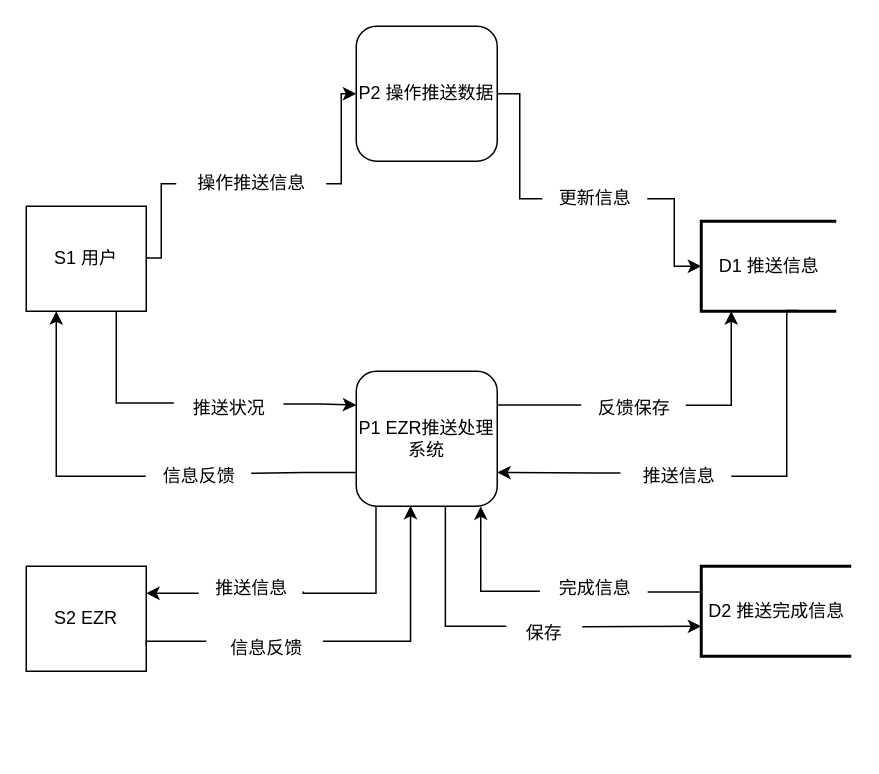
Earlier version of the draw.io diagram Dashboard数据流图.drawio (natyuen/huatu). Source tidied: cells renumbered, new cells numbered last; positions are measured from the earlier drawing's top-left corner, leaving out a move shared by most shapes. Both pictures are drawn from the tidied source at 150%, with x=0, y=0 at pixel (26, 26).
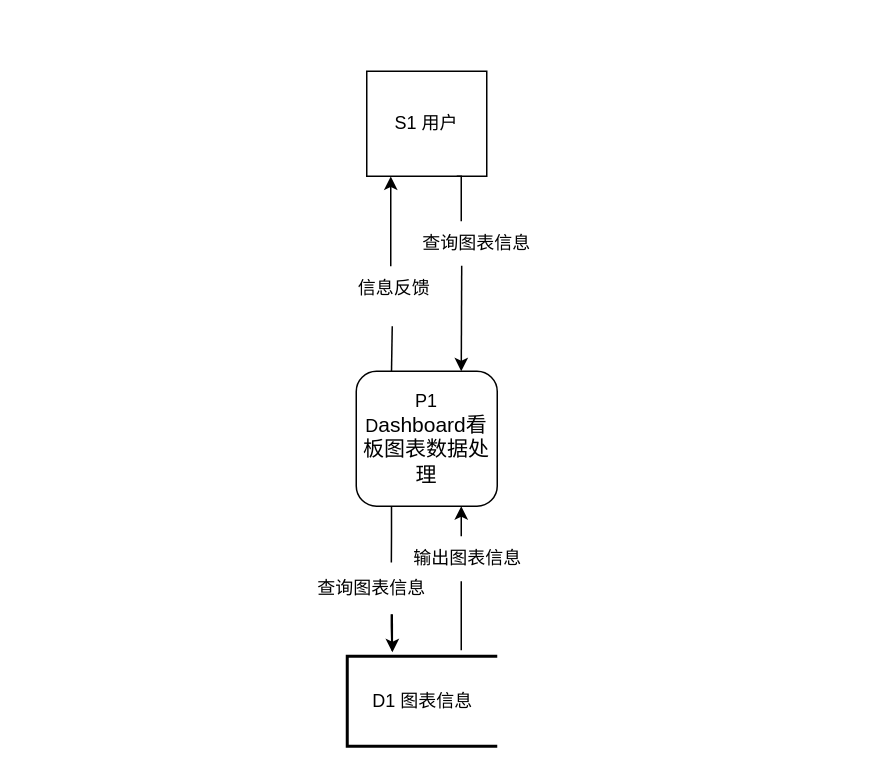
Above is the later version.

Commit message:
更新Dashboard数据流图.drawio

Diff of the diagram source:
```diff
@@
-    <mxCell id="2" value="P1 EZR推送处理系统" style="rounded=1;whiteSpace=wrap;html=1;" parent="1" vertex="1">
+    <mxCell id="2" value="P1 &lt;br&gt;D&lt;span style=&quot;font-family: Calibri; font-size: 10.5pt; text-align: justify; background-color: initial;&quot;&gt;ashboard看板图表数据处理&lt;/span&gt;" style="rounded=1;whiteSpace=wrap;html=1;" parent="1" vertex="1">
       <mxGeometry x="220" y="230" width="94" height="90" as="geometry" />
     </mxCell>
     <mxCell id="3" value="S1 用户" style="rounded=0;whiteSpace=wrap;html=1;" parent="1" vertex="1">
-      <mxGeometry y="120" width="80" height="70" as="geometry" />
+      <mxGeometry x="227" y="30" width="80" height="70" as="geometry" />
     </mxCell>
-    <mxCell id="4" value="P2 操作推送数据" style="rounded=1;whiteSpace=wrap;html=1;" parent="1" vertex="1">
-      <mxGeometry x="220" width="94" height="90" as="geometry" />
-    </mxCell>
-    <mxCell id="5" value="D1 推送信息" style="strokeWidth=2;html=1;shape=mxgraph.flowchart.annotation_1;align=center;" parent="1" vertex="1">
-      <mxGeometry x="450" y="130" width="90" height="60" as="geometry" />
-    </mxCell>
-    <mxCell id="6" style="endArrow=classic;html=1;rounded=0;edgeStyle=elbowEdgeStyle;entryX=0;entryY=0.5;entryDx=0;entryDy=0;startArrow=none;" parent="1" edge="1" source="20" target="4">
-      <mxGeometry relative="1" as="geometry" />
-    </mxCell>
-    <mxCell id="7" value="S2 EZR" style="rounded=0;whiteSpace=wrap;html=1;" parent="1" vertex="1">
-      <mxGeometry y="360" width="80" height="70" as="geometry" />
-    </mxCell>
-    <mxCell id="8" value="D2 推送完成信息" style="strokeWidth=2;html=1;shape=mxgraph.flowchart.annotation_1;align=center;" parent="1" vertex="1">
-      <mxGeometry x="450" y="360" width="100" height="60" as="geometry" />
+    <mxCell id="8" value="D1 图表信息" style="strokeWidth=2;html=1;shape=mxgraph.flowchart.annotation_1;align=center;" parent="1" vertex="1">
+      <mxGeometry x="214" y="420" width="100" height="60" as="geometry" />
     </mxCell>
-    <mxCell id="9" style="endArrow=classic;html=1;rounded=0;exitX=1;exitY=0.5;exitDx=0;exitDy=0;edgeStyle=elbowEdgeStyle;elbow=horizontal;startArrow=none;" parent="1" edge="1" source="18">
-      <mxGeometry relative="1" as="geometry">
-        <mxPoint x="450" y="160" as="targetPoint" />
-      </mxGeometry>
-    </mxCell>
-    <mxCell id="10" style="endArrow=classic;html=1;rounded=0;exitX=-0.005;exitY=0.498;exitDx=0;exitDy=0;edgeStyle=elbowEdgeStyle;entryX=0.25;entryY=1;entryDx=0;entryDy=0;startArrow=none;elbow=vertical;exitPerimeter=0;" parent="1" edge="1" source="32" target="3">
+    <mxCell id="10" style="endArrow=classic;html=1;rounded=0;edgeStyle=elbowEdgeStyle;entryX=0.2;entryY=1.002;entryDx=0;entryDy=0;startArrow=none;elbow=vertical;entryPerimeter=0;" parent="1" edge="1" target="3">
       <mxGeometry relative="1" as="geometry">
+        <mxPoint x="243" y="160" as="sourcePoint" />
         <Array as="points">
+          <mxPoint x="243" y="150" />
+          <mxPoint x="250" y="130" />
+          <mxPoint x="250" y="150" />
+          <mxPoint x="250" y="140" />
+          <mxPoint x="250" y="120" />
+          <mxPoint x="245" y="120" />
+          <mxPoint x="260" y="140" />
           <mxPoint x="50" y="300" />
         </Array>
       </mxGeometry>
     </mxCell>
-    <mxCell id="11" style="endArrow=classic;html=1;rounded=0;entryX=1;entryY=0.75;entryDx=0;entryDy=0;edgeStyle=elbowEdgeStyle;exitX=-0.055;exitY=0.428;exitDx=0;exitDy=0;exitPerimeter=0;startArrow=none;" parent="1" edge="1" source="22" target="2">
-      <mxGeometry relative="1" as="geometry">
-        <Array as="points">
-          <mxPoint x="380" y="298" />
-        </Array>
-      </mxGeometry>
-    </mxCell>
-    <mxCell id="12" style="endArrow=classic;html=1;rounded=0;entryX=0;entryY=0.25;entryDx=0;entryDy=0;exitX=1.021;exitY=0.394;exitDx=0;exitDy=0;edgeStyle=elbowEdgeStyle;startArrow=none;exitPerimeter=0;" parent="1" edge="1" source="30" target="2">
-      <mxGeometry relative="1" as="geometry" />
+    <mxCell id="12" style="endArrow=classic;html=1;rounded=0;entryX=0.75;entryY=0;entryDx=0;entryDy=0;edgeStyle=elbowEdgeStyle;startArrow=none;exitX=0.403;exitY=0.989;exitDx=0;exitDy=0;exitPerimeter=0;" parent="1" edge="1" source="30" target="2">
+      <mxGeometry relative="1" as="geometry">
+        <Array as="points">
+          <mxPoint x="290" y="190" />
+          <mxPoint x="290" y="190" />
+        </Array>
+      </mxGeometry>
     </mxCell>
-    <mxCell id="13" style="endArrow=classic;html=1;rounded=0;exitX=0.994;exitY=0.42;exitDx=0;exitDy=0;edgeStyle=elbowEdgeStyle;startArrow=none;exitPerimeter=0;" parent="1" edge="1" source="24">
-      <mxGeometry relative="1" as="geometry">
-        <mxPoint x="470" y="190" as="targetPoint" />
-        <Array as="points">
-          <mxPoint x="470" y="220" />
-        </Array>
-      </mxGeometry>
-    </mxCell>
-    <mxCell id="14" style="endArrow=classic;html=1;rounded=0;entryX=1;entryY=0.25;entryDx=0;entryDy=0;edgeStyle=elbowEdgeStyle;elbow=vertical;startArrow=none;" parent="1" edge="1" source="36" target="7">
-      <mxGeometry relative="1" as="geometry">
-        <Array as="points">
-          <mxPoint x="100" y="378" />
-        </Array>
-      </mxGeometry>
-    </mxCell>
-    <mxCell id="15" style="endArrow=classic;html=1;rounded=0;exitX=1.039;exitY=0.331;exitDx=0;exitDy=0;entryX=0.385;entryY=0.997;entryDx=0;entryDy=0;entryPerimeter=0;edgeStyle=elbowEdgeStyle;elbow=vertical;startArrow=none;exitPerimeter=0;" parent="1" edge="1" source="34" target="2">
-      <mxGeometry relative="1" as="geometry">
-        <Array as="points">
-          <mxPoint x="170" y="410" />
-        </Array>
-      </mxGeometry>
-    </mxCell>
-    <mxCell id="16" style="endArrow=classic;html=1;rounded=0;exitX=1.014;exitY=0.344;exitDx=0;exitDy=0;exitPerimeter=0;edgeStyle=elbowEdgeStyle;elbow=vertical;startArrow=none;" parent="1" edge="1" source="26">
-      <mxGeometry relative="1" as="geometry">
-        <mxPoint x="450" y="400" as="targetPoint" />
-        <Array as="points">
-          <mxPoint x="370" y="400" />
-        </Array>
-      </mxGeometry>
-    </mxCell>
-    <mxCell id="17" style="endArrow=classic;html=1;rounded=0;entryX=0.883;entryY=1.001;entryDx=0;entryDy=0;entryPerimeter=0;exitX=-0.023;exitY=0.557;exitDx=0;exitDy=0;exitPerimeter=0;edgeStyle=elbowEdgeStyle;startArrow=none;" parent="1" edge="1" source="28" target="2">
+    <mxCell id="17" style="endArrow=classic;html=1;rounded=0;edgeStyle=elbowEdgeStyle;startArrow=none;" parent="1" edge="1" source="38">
       <mxGeometry relative="1" as="geometry">
+        <mxPoint x="290" y="320" as="targetPoint" />
         <Array as="points">
+          <mxPoint x="290" y="320" />
+          <mxPoint x="290" y="350" />
           <mxPoint x="303" y="350" />
         </Array>
       </mxGeometry>
     </mxCell>
-    <mxCell id="18" value="更新信息" style="text;html=1;align=center;verticalAlign=middle;points=[];strokeColor=none;fillColor=none;" parent="1" vertex="1">
-      <mxGeometry x="344" y="100" width="70" height="30" as="geometry" />
-    </mxCell>
-    <mxCell id="19" style="endArrow=none;html=1;rounded=0;exitX=1;exitY=0.5;exitDx=0;exitDy=0;edgeStyle=elbowEdgeStyle;elbow=horizontal;" parent="1" edge="1" source="4" target="18">
-      <mxGeometry relative="1" as="geometry" />
-    </mxCell>
-    <mxCell id="20" value="操作推送信息" style="text;html=1;align=center;verticalAlign=middle;points=[];strokeColor=none;fillColor=none;" parent="1" vertex="1">
-      <mxGeometry x="100" y="90" width="100" height="30" as="geometry" />
-    </mxCell>
-    <mxCell id="21" style="endArrow=none;html=1;rounded=0;edgeStyle=elbowEdgeStyle;entryX=0;entryY=0.5;entryDx=0;entryDy=0;" parent="1" edge="1" target="20">
-      <mxGeometry relative="1" as="geometry">
-        <mxPoint x="80" y="154.5" as="sourcePoint" />
-      </mxGeometry>
-    </mxCell>
-    <mxCell id="22" value="推送信息" style="text;html=1;align=center;verticalAlign=middle;points=[];strokeColor=none;fillColor=none;" parent="1" vertex="1">
-      <mxGeometry x="400" y="285" width="70" height="30" as="geometry" />
-    </mxCell>
-    <mxCell id="23" style="endArrow=none;html=1;rounded=0;edgeStyle=elbowEdgeStyle;exitX=0.713;exitY=0.992;exitDx=0;exitDy=0;exitPerimeter=0;" parent="1" edge="1" source="5">
-      <mxGeometry relative="1" as="geometry">
-        <mxPoint x="470" y="300" as="targetPoint" />
-        <Array as="points">
-          <mxPoint x="507" y="240" />
-        </Array>
-      </mxGeometry>
-    </mxCell>
-    <mxCell id="24" value="反馈保存" style="text;html=1;align=center;verticalAlign=middle;points=[];strokeColor=none;fillColor=none;" parent="1" vertex="1">
-      <mxGeometry x="370" y="240" width="70" height="30" as="geometry" />
-    </mxCell>
-    <mxCell id="25" style="endArrow=none;html=1;rounded=0;exitX=1;exitY=0.25;exitDx=0;exitDy=0;edgeStyle=elbowEdgeStyle;entryX=0.001;entryY=0.398;entryDx=0;entryDy=0;entryPerimeter=0;" parent="1" edge="1" source="2" target="24">
-      <mxGeometry relative="1" as="geometry">
-        <Array as="points">
-          <mxPoint x="370" y="260" />
-          <mxPoint x="360" y="250" />
-        </Array>
-      </mxGeometry>
-    </mxCell>
-    <mxCell id="26" value="保存" style="text;html=1;align=center;verticalAlign=middle;points=[];strokeColor=none;fillColor=none;" parent="1" vertex="1">
-      <mxGeometry x="320" y="390" width="50" height="30" as="geometry" />
-    </mxCell>
-    <mxCell id="27" style="endArrow=none;html=1;rounded=0;exitX=0.632;exitY=0.999;exitDx=0;exitDy=0;exitPerimeter=0;edgeStyle=elbowEdgeStyle;elbow=vertical;entryX=0;entryY=0.333;entryDx=0;entryDy=0;entryPerimeter=0;" parent="1" edge="1" source="2" target="26">
+    <mxCell id="27" style="endArrow=none;html=1;rounded=0;exitX=0.634;exitY=1.067;exitDx=0;exitDy=0;edgeStyle=elbowEdgeStyle;elbow=vertical;entryX=0.298;entryY=-0.065;entryDx=0;entryDy=0;entryPerimeter=0;startArrow=none;exitPerimeter=0;" parent="1" edge="1" source="40" target="8">
       <mxGeometry relative="1" as="geometry">
         <Array as="points">
           <mxPoint x="300" y="400" />
         </Array>
       </mxGeometry>
     </mxCell>
-    <mxCell id="28" value="完成信息" style="text;html=1;align=center;verticalAlign=middle;points=[];strokeColor=none;fillColor=none;" parent="1" vertex="1">
-      <mxGeometry x="344" y="360" width="70" height="30" as="geometry" />
-    </mxCell>
-    <mxCell id="29" style="endArrow=none;html=1;rounded=0;entryX=1.004;entryY=0.573;entryDx=0;entryDy=0;entryPerimeter=0;exitX=-0.005;exitY=0.287;exitDx=0;exitDy=0;exitPerimeter=0;edgeStyle=elbowEdgeStyle;" parent="1" edge="1" source="8" target="28">
-      <mxGeometry relative="1" as="geometry" />
-    </mxCell>
-    <mxCell id="30" value="推送状况" style="text;html=1;align=center;verticalAlign=middle;points=[];strokeColor=none;fillColor=none;" parent="1" vertex="1">
-      <mxGeometry x="100" y="240" width="70" height="30" as="geometry" />
+    <mxCell id="30" value="查询图表信息" style="text;html=1;align=center;verticalAlign=middle;points=[];strokeColor=none;fillColor=none;" parent="1" vertex="1">
+      <mxGeometry x="250" y="130" width="100" height="30" as="geometry" />
     </mxCell>
-    <mxCell id="31" style="endArrow=none;html=1;rounded=0;entryX=-0.023;entryY=0.373;entryDx=0;entryDy=0;exitX=0.75;exitY=1;exitDx=0;exitDy=0;edgeStyle=elbowEdgeStyle;entryPerimeter=0;" parent="1" edge="1" source="3" target="30">
+    <mxCell id="31" style="endArrow=none;html=1;rounded=0;exitX=0.75;exitY=1;exitDx=0;exitDy=0;edgeStyle=elbowEdgeStyle;" parent="1" edge="1" source="3">
       <mxGeometry relative="1" as="geometry">
+        <mxPoint x="290" y="130" as="targetPoint" />
         <Array as="points">
-          <mxPoint x="60" y="220" />
+          <mxPoint x="290" y="110" />
         </Array>
       </mxGeometry>
     </mxCell>
     <mxCell id="32" value="信息反馈" style="text;html=1;align=center;verticalAlign=middle;points=[];strokeColor=none;fillColor=none;" parent="1" vertex="1">
-      <mxGeometry x="80" y="285" width="70" height="30" as="geometry" />
+      <mxGeometry x="210" y="160" width="70" height="30" as="geometry" />
     </mxCell>
-    <mxCell id="33" style="endArrow=none;html=1;rounded=0;exitX=0;exitY=0.75;exitDx=0;exitDy=0;edgeStyle=elbowEdgeStyle;" parent="1" edge="1" source="2">
+    <mxCell id="33" style="endArrow=none;html=1;rounded=0;exitX=0.25;exitY=0;exitDx=0;exitDy=0;edgeStyle=elbowEdgeStyle;" parent="1" edge="1" source="2">
       <mxGeometry relative="1" as="geometry">
-        <mxPoint x="150" y="298" as="targetPoint" />
+        <mxPoint x="244" y="200" as="targetPoint" />
+        <Array as="points">
+          <mxPoint x="244" y="220" />
+          <mxPoint x="244" y="200" />
+        </Array>
       </mxGeometry>
     </mxCell>
-    <mxCell id="34" value="信息反馈" style="text;html=1;align=center;verticalAlign=middle;points=[];strokeColor=none;fillColor=none;" parent="1" vertex="1">
-      <mxGeometry x="125" y="400" width="70" height="30" as="geometry" />
-    </mxCell>
-    <mxCell id="35" style="endArrow=none;html=1;rounded=0;exitX=1;exitY=0.75;exitDx=0;exitDy=0;edgeStyle=elbowEdgeStyle;elbow=vertical;" parent="1" edge="1" source="7">
-      <mxGeometry relative="1" as="geometry">
-        <mxPoint x="120" y="410" as="targetPoint" />
-        <Array as="points">
-          <mxPoint x="110" y="410" />
-          <mxPoint x="120" y="413" />
-        </Array>
-      </mxGeometry>
-    </mxCell>
-    <mxCell id="36" value="推送信息" style="text;html=1;align=center;verticalAlign=middle;points=[];strokeColor=none;fillColor=none;" parent="1" vertex="1">
-      <mxGeometry x="115" y="360" width="70" height="30" as="geometry" />
-    </mxCell>
-    <mxCell id="37" style="endArrow=none;html=1;rounded=0;entryX=0.995;entryY=0.56;entryDx=0;entryDy=0;exitX=0.14;exitY=1.002;exitDx=0;exitDy=0;exitPerimeter=0;edgeStyle=elbowEdgeStyle;elbow=vertical;entryPerimeter=0;" parent="1" edge="1" source="2" target="36">
-      <mxGeometry relative="1" as="geometry">
-        <Array as="points">
-          <mxPoint x="160" y="378" />
-        </Array>
-      </mxGeometry>
-    </mxCell>
+    <mxCell id="38" value="输出图表信息" style="text;html=1;align=center;verticalAlign=middle;points=[];strokeColor=none;fillColor=none;" parent="1" vertex="1">
+      <mxGeometry x="244" y="340" width="100" height="30" as="geometry" />
+    </mxCell>
+    <mxCell id="39" style="endArrow=none;html=1;rounded=0;edgeStyle=elbowEdgeStyle;startArrow=none;" parent="1" edge="1" target="38">
+      <mxGeometry relative="1" as="geometry">
+        <mxPoint x="290" y="416" as="sourcePoint" />
+      </mxGeometry>
+    </mxCell>
+    <mxCell id="40" value="查询图表信息" style="text;html=1;align=center;verticalAlign=middle;points=[];strokeColor=none;fillColor=none;" parent="1" vertex="1">
+      <mxGeometry x="180" y="360" width="100" height="30" as="geometry" />
+    </mxCell>
+    <mxCell id="41" style="endArrow=none;html=1;rounded=0;exitX=0.25;exitY=1;exitDx=0;exitDy=0;edgeStyle=elbowEdgeStyle;elbow=vertical;entryX=0.634;entryY=-0.081;entryDx=0;entryDy=0;entryPerimeter=0;" parent="1" edge="1" source="2" target="40">
+      <mxGeometry relative="1" as="geometry" />
+    </mxCell>
+    <mxCell id="42" style="endArrow=classic;html=1;rounded=0;entryX=0.301;entryY=-0.044;entryDx=0;entryDy=0;entryPerimeter=0;exitX=0.64;exitY=1.067;exitDx=0;exitDy=0;exitPerimeter=0;" parent="1" edge="1" source="40" target="8">
+      <mxGeometry relative="1" as="geometry" />
+    </mxCell>
```
